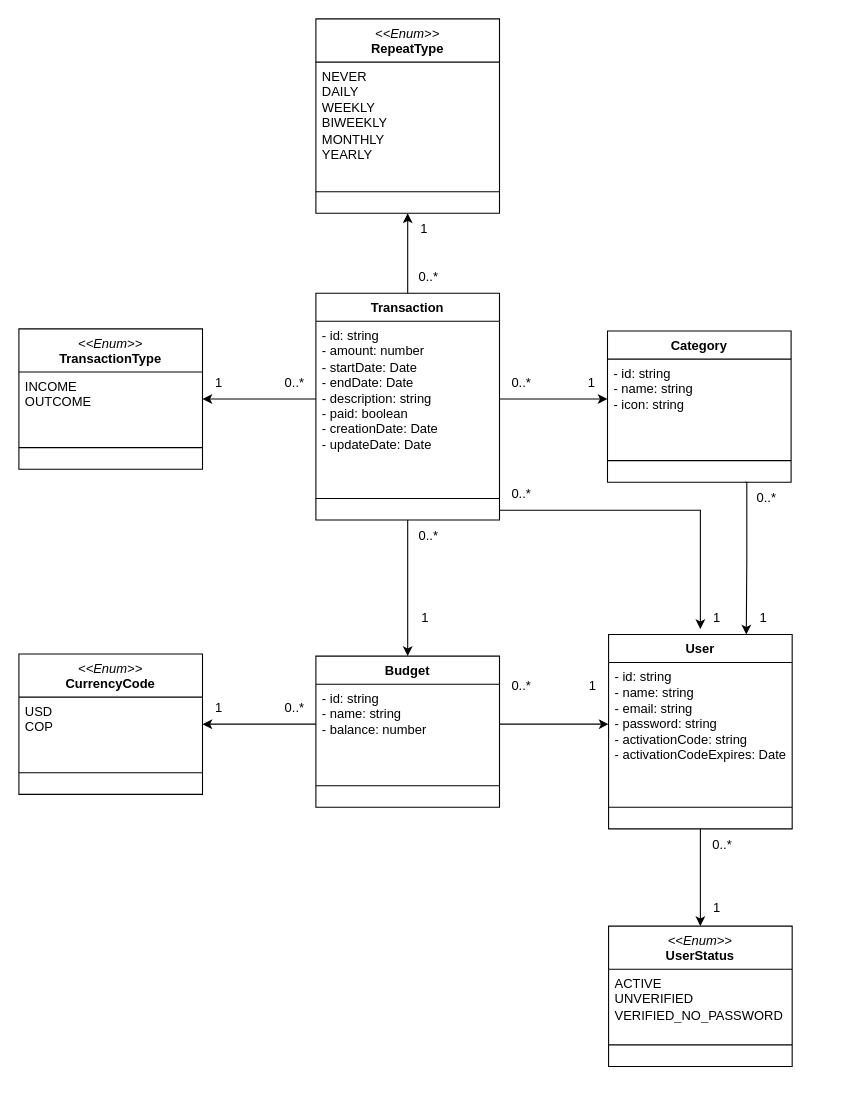
Earlier version of the draw.io diagram docs/budget.drawio (acastillo9/budget-api). Source tidied: cells renumbered, new cells numbered last; positions are measured from the earlier drawing's top-left corner, leaving out a move shared by most shapes. Both pictures are drawn from the tidied source at 108%, with x=0, y=0 at pixel (18, 18).
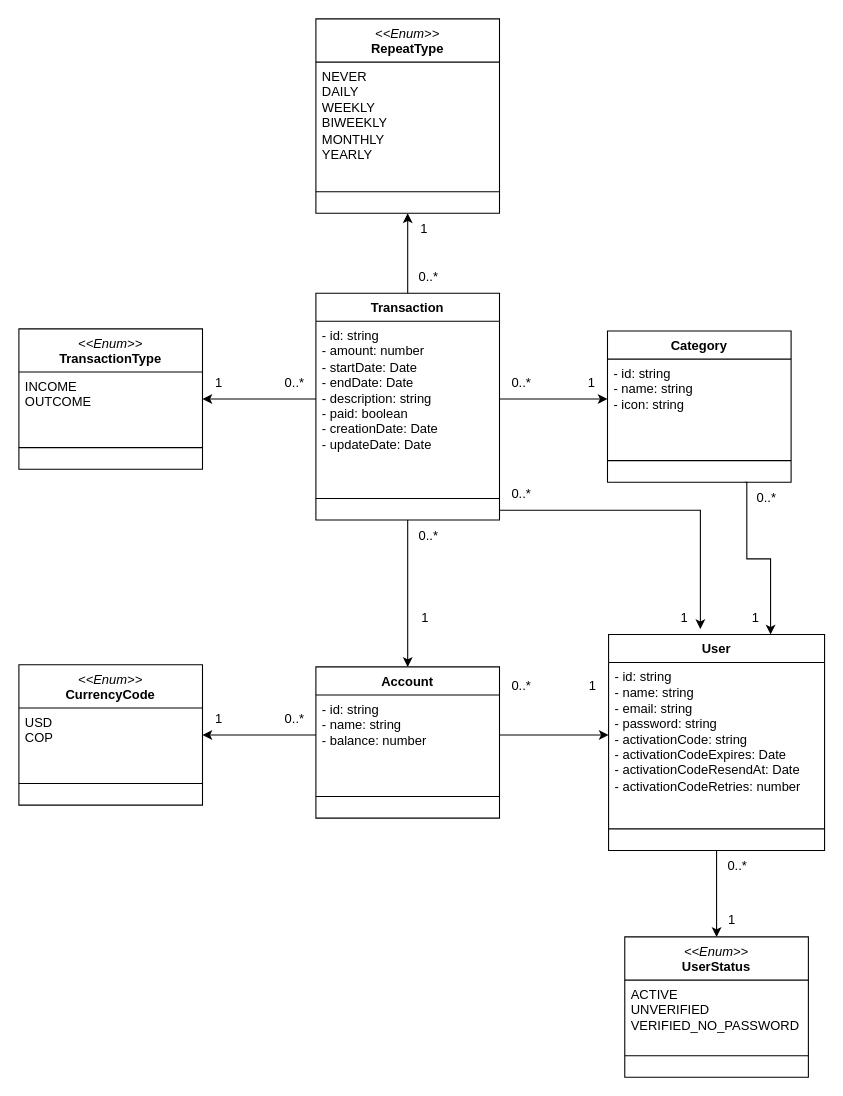
The same diagram, later.

Change to the diagram source:
```diff
@@
     <mxCell id="26" value="&lt;div&gt;&lt;i style=&quot;font-weight: 400;&quot;&gt;&amp;lt;&amp;lt;Enum&amp;gt;&amp;gt;&lt;/i&gt;&lt;br&gt;&lt;/div&gt;CurrencyCode" style="swimlane;fontStyle=1;align=center;verticalAlign=top;horizontal=1;startSize=40;whiteSpace=wrap;html=1;" parent="1" vertex="1">
-      <mxGeometry y="588" width="170" height="130" as="geometry" />
+      <mxGeometry y="598" width="170" height="130" as="geometry" />
     </mxCell>
@@
     <mxCell id="29" value="1" style="text;html=1;align=center;verticalAlign=middle;strokeColor=none;fillColor=none;" parent="1" vertex="1">
-      <mxGeometry x="170" y="623" width="30" height="30" as="geometry" />
+      <mxGeometry x="170" y="633" width="30" height="30" as="geometry" />
     </mxCell>
     <mxCell id="30" value="0..*" style="text;html=1;align=center;verticalAlign=middle;strokeColor=none;fillColor=none;" parent="1" vertex="1">
-      <mxGeometry x="235" y="623" width="40" height="30" as="geometry" />
+      <mxGeometry x="235" y="633" width="40" height="30" as="geometry" />
     </mxCell>
-    <mxCell id="31" value="Budget" style="swimlane;fontStyle=1;align=center;verticalAlign=top;horizontal=1;startSize=26;whiteSpace=wrap;html=1;" parent="1" vertex="1">
-      <mxGeometry x="275" y="590" width="170" height="140" as="geometry" />
+    <mxCell id="31" value="Account" style="swimlane;fontStyle=1;align=center;verticalAlign=top;horizontal=1;startSize=26;whiteSpace=wrap;html=1;" parent="1" vertex="1">
+      <mxGeometry x="275" y="600" width="170" height="140" as="geometry" />
     </mxCell>
@@
     <mxCell id="36" value="User" style="swimlane;fontStyle=1;align=center;verticalAlign=top;horizontal=1;startSize=26;whiteSpace=wrap;html=1;" parent="1" vertex="1">
-      <mxGeometry x="546" y="570" width="170" height="180" as="geometry" />
+      <mxGeometry x="546" y="570" width="200" height="200" as="geometry" />
     </mxCell>
-    <mxCell id="37" value="- id: string&lt;div&gt;- name: string&lt;br&gt;&lt;div&gt;- email: string&lt;/div&gt;&lt;div&gt;- password: string&lt;/div&gt;&lt;/div&gt;&lt;div&gt;- activationCode: string&lt;/div&gt;&lt;div&gt;- activationCodeExpires: Date&lt;/div&gt;" style="text;strokeColor=none;fillColor=none;align=left;verticalAlign=top;spacingLeft=4;spacingRight=4;overflow=hidden;points=[[0,0.5],[1,0.5]];portConstraint=eastwest;whiteSpace=wrap;html=1;" parent="36" vertex="1">
-      <mxGeometry y="26" width="170" height="114" as="geometry" />
+    <mxCell id="37" value="- id: string&lt;div&gt;- name: string&lt;br&gt;&lt;div&gt;- email: string&lt;/div&gt;&lt;div&gt;- password: string&lt;/div&gt;&lt;/div&gt;&lt;div&gt;- activationCode: string&lt;/div&gt;&lt;div&gt;- activationCodeExpires: Date&lt;/div&gt;&lt;div&gt;- activationCodeResendAt: Date&lt;/div&gt;&lt;div&gt;- activationCodeRetries: number&lt;/div&gt;" style="text;strokeColor=none;fillColor=none;align=left;verticalAlign=top;spacingLeft=4;spacingRight=4;overflow=hidden;points=[[0,0.5],[1,0.5]];portConstraint=eastwest;whiteSpace=wrap;html=1;" parent="36" vertex="1">
+      <mxGeometry y="26" width="200" height="134" as="geometry" />
     </mxCell>
     <mxCell id="38" style="line;strokeWidth=1;fillColor=none;align=left;verticalAlign=middle;spacingTop=-1;spacingLeft=3;spacingRight=3;labelPosition=right;strokeColor=inherit;" parent="36" vertex="1">
-      <mxGeometry y="140" width="170" height="40" as="geometry" />
+      <mxGeometry y="160" width="200" height="40" as="geometry" />
     </mxCell>
@@
     <mxCell id="44" value="1" style="text;html=1;align=center;verticalAlign=middle;strokeColor=none;fillColor=none;" parent="1" vertex="1">
-      <mxGeometry x="631" y="540" width="30" height="30" as="geometry" />
+      <mxGeometry x="601" y="540" width="30" height="30" as="geometry" />
     </mxCell>
@@
     <mxCell id="46" value="1" style="text;html=1;align=center;verticalAlign=middle;strokeColor=none;fillColor=none;" parent="1" vertex="1">
-      <mxGeometry x="674" y="540" width="30" height="30" as="geometry" />
+      <mxGeometry x="667" y="540" width="30" height="30" as="geometry" />
     </mxCell>
@@
     <mxCell id="48" value="&lt;div&gt;&lt;i style=&quot;font-weight: 400;&quot;&gt;&amp;lt;&amp;lt;Enum&amp;gt;&amp;gt;&lt;/i&gt;&lt;br&gt;&lt;/div&gt;UserStatus" style="swimlane;fontStyle=1;align=center;verticalAlign=top;horizontal=1;startSize=40;whiteSpace=wrap;html=1;" parent="1" vertex="1">
-      <mxGeometry x="546" y="840" width="170" height="130" as="geometry" />
+      <mxGeometry x="561" y="850" width="170" height="130" as="geometry" />
     </mxCell>
@@
     <mxCell id="51" value="0..*" style="text;html=1;align=center;verticalAlign=middle;strokeColor=none;fillColor=none;" parent="1" vertex="1">
-      <mxGeometry x="631" y="750" width="40" height="30" as="geometry" />
+      <mxGeometry x="645" y="770" width="40" height="30" as="geometry" />
     </mxCell>
     <mxCell id="52" value="1" style="text;html=1;align=center;verticalAlign=middle;strokeColor=none;fillColor=none;" parent="1" vertex="1">
-      <mxGeometry x="631" y="808" width="30" height="30" as="geometry" />
+      <mxGeometry x="645" y="820" width="30" height="30" as="geometry" />
     </mxCell>
```
